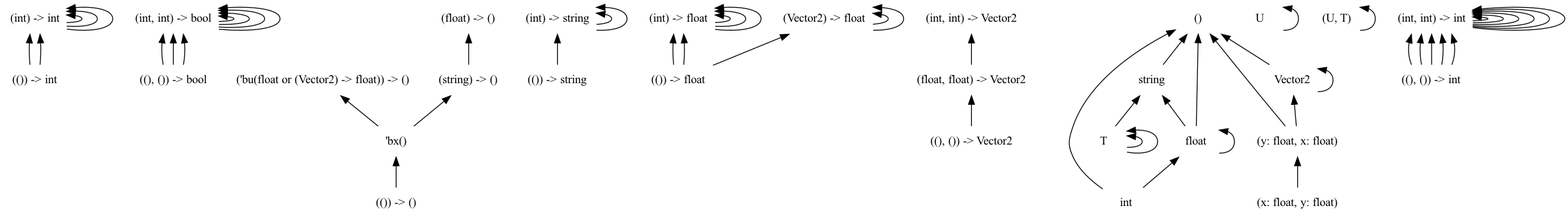
Above: dots/png/9.dot.png in chocobo333/regino (Graphviz), before the change. Its source is kept beside it as dots/9.dot.
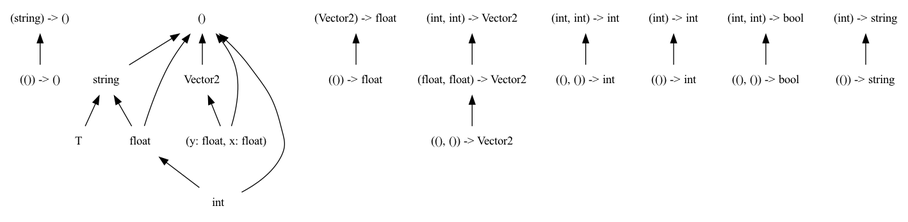
Above is the later version.

What changed in the source:
```diff
@@ -8,90 +8,43 @@
   edge [
     dir = back
     ];
-  "(()) -> int"
-  "(int) -> int"
-  "((), ()) -> bool"
-  "(int, int) -> bool"
   "(string) -> ()"
-  "(()) -> string"
-  "(int) -> string"
-  "(()) -> float"
-  "(int) -> float"
   "(()) -> ()"
-  "(Vector2) -> float"
-  "((), ()) -> Vector2"
-  "(float, float) -> Vector2"
-  "(float) -> ()"
-  "('bu(float or (Vector2) -> float)) -> ()"
   "string"
   "Vector2"
+  "(()) -> float"
+  "T"
+  "((), ()) -> Vector2"
   "(int, int) -> Vector2"
+  "((), ()) -> int"
+  "(int) -> int"
+  "(int, int) -> int"
+  "()"
+  "(int, int) -> bool"
+  "(float, float) -> Vector2"
+  "(()) -> string"
+  "(Vector2) -> float"
   "(y: float, x: float)"
-  "T"
-  "U"
-  "T"
-  "T"
-  "()"
-  "(U, T)"
-  "'bx()"
+  "(int) -> string"
   "float"
+  "(()) -> int"
   "int"
-  "((), ()) -> int"
-  "(int, int) -> int"
-  "(float, float) -> Vector2" -> "((), ()) -> Vector2"
-  "(int, int) -> Vector2" -> "(float, float) -> Vector2"
-  "(int, int) -> int" -> "((), ()) -> int"
-  "(int, int) -> int" -> "((), ()) -> int"
-  "(int, int) -> int" -> "((), ()) -> int"
-  "(int, int) -> int" -> "(int, int) -> int"
-  "(int, int) -> int" -> "((), ()) -> int"
-  "(int, int) -> int" -> "((), ()) -> int"
-  "(int, int) -> int" -> "(int, int) -> int"
-  "(int) -> int" -> "(int) -> int"
-  "(int) -> int" -> "(()) -> int"
-  "(int) -> int" -> "(()) -> int"
-  "(int) -> int" -> "(int) -> int"
-  "(int, int) -> int" -> "(int, int) -> int"
-  "(int) -> int" -> "(int) -> int"
-  "(int, int) -> int" -> "(int, int) -> int"
-  "(int, int) -> bool" -> "((), ()) -> bool"
-  "(int, int) -> bool" -> "(int, int) -> bool"
-  "(int, int) -> bool" -> "((), ()) -> bool"
-  "(int, int) -> bool" -> "((), ()) -> bool"
-  "(int, int) -> bool" -> "(int, int) -> bool"
-  "(int, int) -> bool" -> "(int, int) -> bool"
-  "(int) -> string" -> "(()) -> string"
-  "(int) -> string" -> "(int) -> string"
-  "(int) -> string" -> "(int) -> string"
-  "(float) -> ()" -> "(string) -> ()"
+  "((), ()) -> bool"
+  "(string) -> ()" -> "(()) -> ()"
   "string" -> "T"
   "string" -> "float"
-  "Vector2" -> "Vector2"
   "Vector2" -> "(y: float, x: float)"
-  "(int, int) -> bool" -> "(int, int) -> bool"
-  "(int, int) -> int" -> "(int, int) -> int"
-  "(int, int) -> int" -> "(int, int) -> int"
-  "(int) -> float" -> "(()) -> float"
-  "(int) -> float" -> "(()) -> float"
-  "(int) -> float" -> "(int) -> float"
-  "(int) -> float" -> "(int) -> float"
-  "(int) -> float" -> "(int) -> float"
-  "('bu(float or (Vector2) -> float)) -> ()" -> "'bx()"
-  "(string) -> ()" -> "'bx()"
-  "(y: float, x: float)" -> "(x: float, y: float)"
-  "T" -> "T"
-  "U" -> "U"
-  "T" -> "T"
+  "(int, int) -> Vector2" -> "(float, float) -> Vector2"
+  "(int) -> int" -> "(()) -> int"
+  "(int, int) -> int" -> "((), ()) -> int"
   "()" -> "string"
   "()" -> "Vector2"
   "()" -> "(y: float, x: float)"
   "()" -> "float"
   "()" -> "int"
-  "(U, T)" -> "(U, T)"
-  "'bx()" -> "(()) -> ()"
-  "float" -> "float"
+  "(int, int) -> bool" -> "((), ()) -> bool"
+  "(float, float) -> Vector2" -> "((), ()) -> Vector2"
+  "(Vector2) -> float" -> "(()) -> float"
+  "(int) -> string" -> "(()) -> string"
   "float" -> "int"
-  "(Vector2) -> float" -> "(()) -> float"
-  "(Vector2) -> float" -> "(Vector2) -> float"
-  "(Vector2) -> float" -> "(Vector2) -> float"
 }
```
